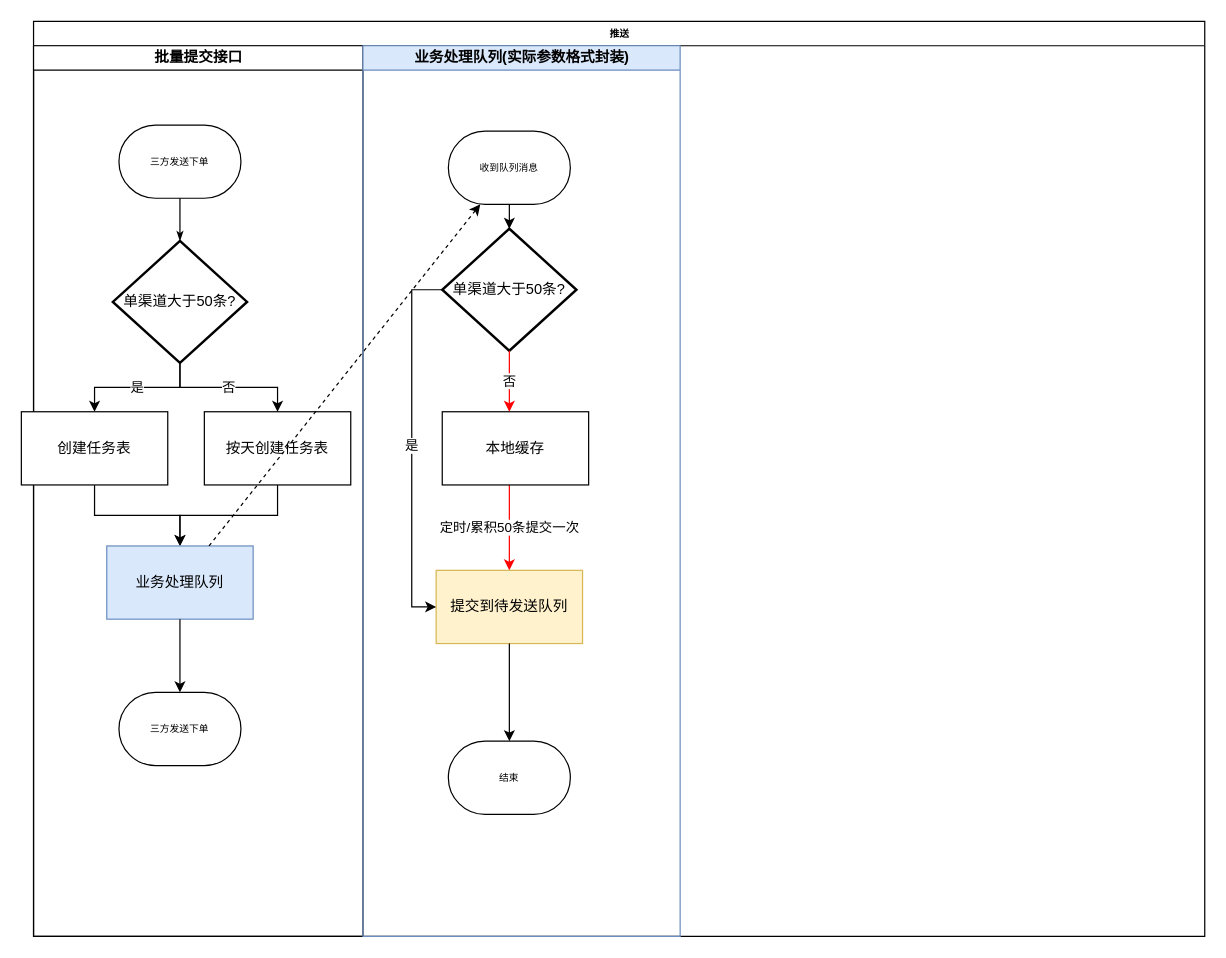
Before: 工作项目/推送批量发送优化.drawio in springcloud-boot/draw.io, a draw.io diagram. Source tidied: cells renumbered, new cells numbered last; positions are measured from the earlier drawing's top-left corner, leaving out a move shared by most shapes. Both pictures are drawn from the tidied source at 122%, with x=0, y=0 at pixel (21, 21).
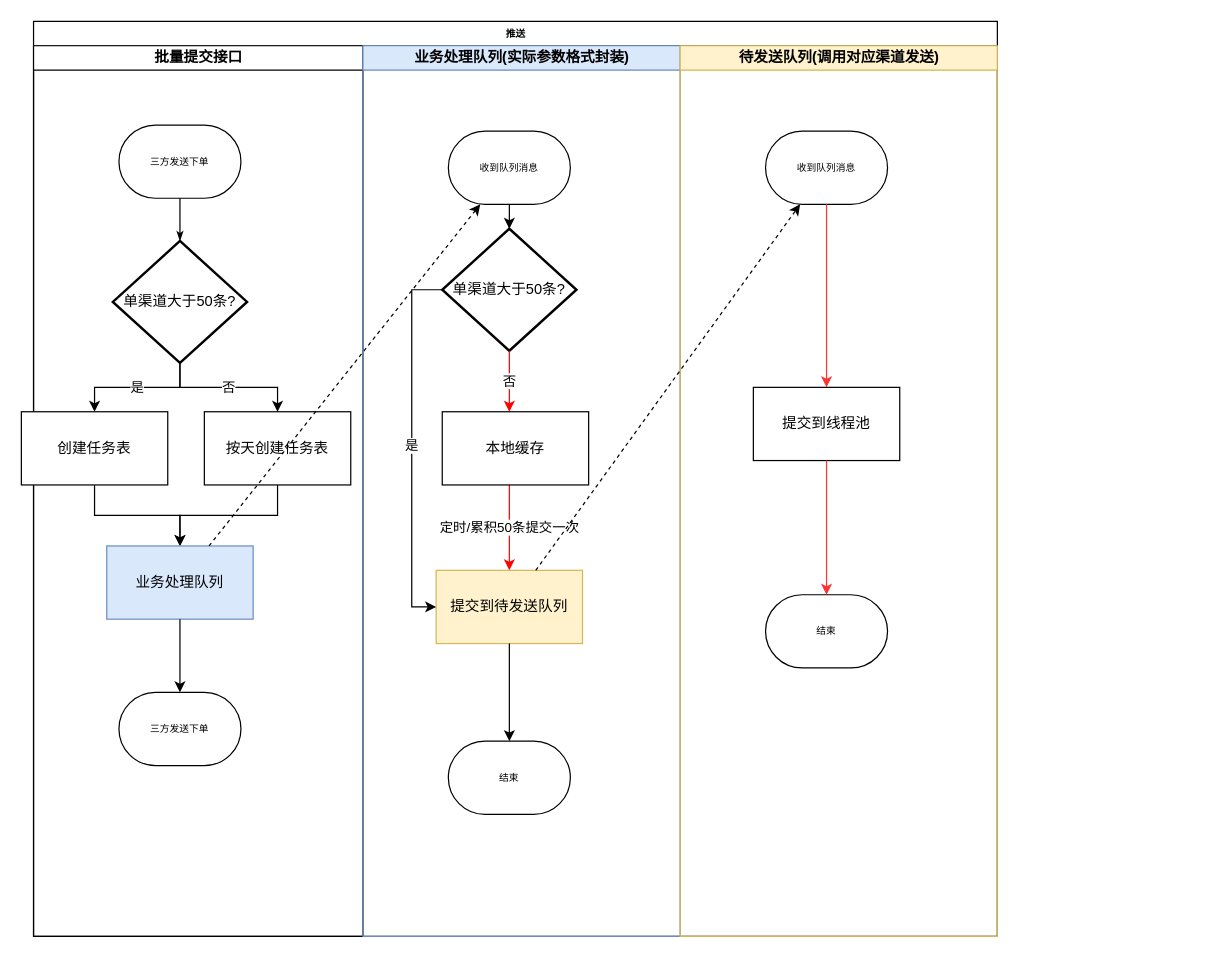
The same diagram, later.

Commit message (it also covers changes not shown here):
更新推送批量发送优化.drawio

Unchanged cells that the change refers to:
```xml
<mxCell id="21" value="提交到待发送队列" style="rounded=0;whiteSpace=wrap;html=1;fillColor=#fff2cc;strokeColor=#d6b656;" parent="17" vertex="1">
  <mxGeometry x="60" y="430" width="120" height="60" as="geometry" />
</mxCell>
```

Change to the diagram source:
```diff
@@
     <mxCell id="2" value="推送" style="swimlane;html=1;startSize=20;rounded=0;shadow=0;labelBackgroundColor=none;strokeWidth=1;fontFamily=Verdana;fontSize=8;align=center;" parent="1" vertex="1">
-      <mxGeometry x="10" width="960" height="750" as="geometry" />
+      <mxGeometry x="10" width="790" height="750" as="geometry" />
     </mxCell>
@@
+    <mxCell id="28" value="待发送队列(调用对应渠道发送)" style="swimlane;html=1;startSize=20;fillColor=#fff2cc;strokeColor=#d6b656;" parent="2" vertex="1">
+      <mxGeometry x="530" y="20" width="260" height="730" as="geometry" />
+    </mxCell>
+    <mxCell id="29" value="收到队列消息" style="rounded=1;whiteSpace=wrap;html=1;shadow=0;labelBackgroundColor=none;strokeWidth=1;fontFamily=Verdana;fontSize=8;align=center;arcSize=50;" parent="28" vertex="1">
+      <mxGeometry x="70" y="70" width="100" height="60" as="geometry" />
+    </mxCell>
+    <mxCell id="30" style="edgeStyle=orthogonalEdgeStyle;rounded=0;jettySize=auto;html=1;strokeColor=#FF3333;" parent="28" edge="1" source="29" target="31">
+      <mxGeometry relative="1" as="geometry" />
+    </mxCell>
+    <mxCell id="31" value="提交到线程池" style="rounded=0;whiteSpace=wrap;html=1;" parent="28" vertex="1">
+      <mxGeometry x="60" y="280" width="120" height="60" as="geometry" />
+    </mxCell>
+    <mxCell id="32" value="结束" style="rounded=1;whiteSpace=wrap;html=1;shadow=0;labelBackgroundColor=none;strokeWidth=1;fontFamily=Verdana;fontSize=8;align=center;arcSize=50;" parent="28" vertex="1">
+      <mxGeometry x="70" y="450" width="100" height="60" as="geometry" />
+    </mxCell>
+    <mxCell id="33" style="edgeStyle=none;rounded=0;jettySize=auto;html=1;strokeColor=#FF3333;" parent="28" edge="1" source="31" target="32">
+      <mxGeometry relative="1" as="geometry" />
+    </mxCell>
+    <mxCell id="34" style="rounded=0;jettySize=auto;html=1;strokeColor=#000000;dashed=1;" parent="2" edge="1" source="21" target="29">
+      <mxGeometry relative="1" as="geometry" />
+    </mxCell>
```
